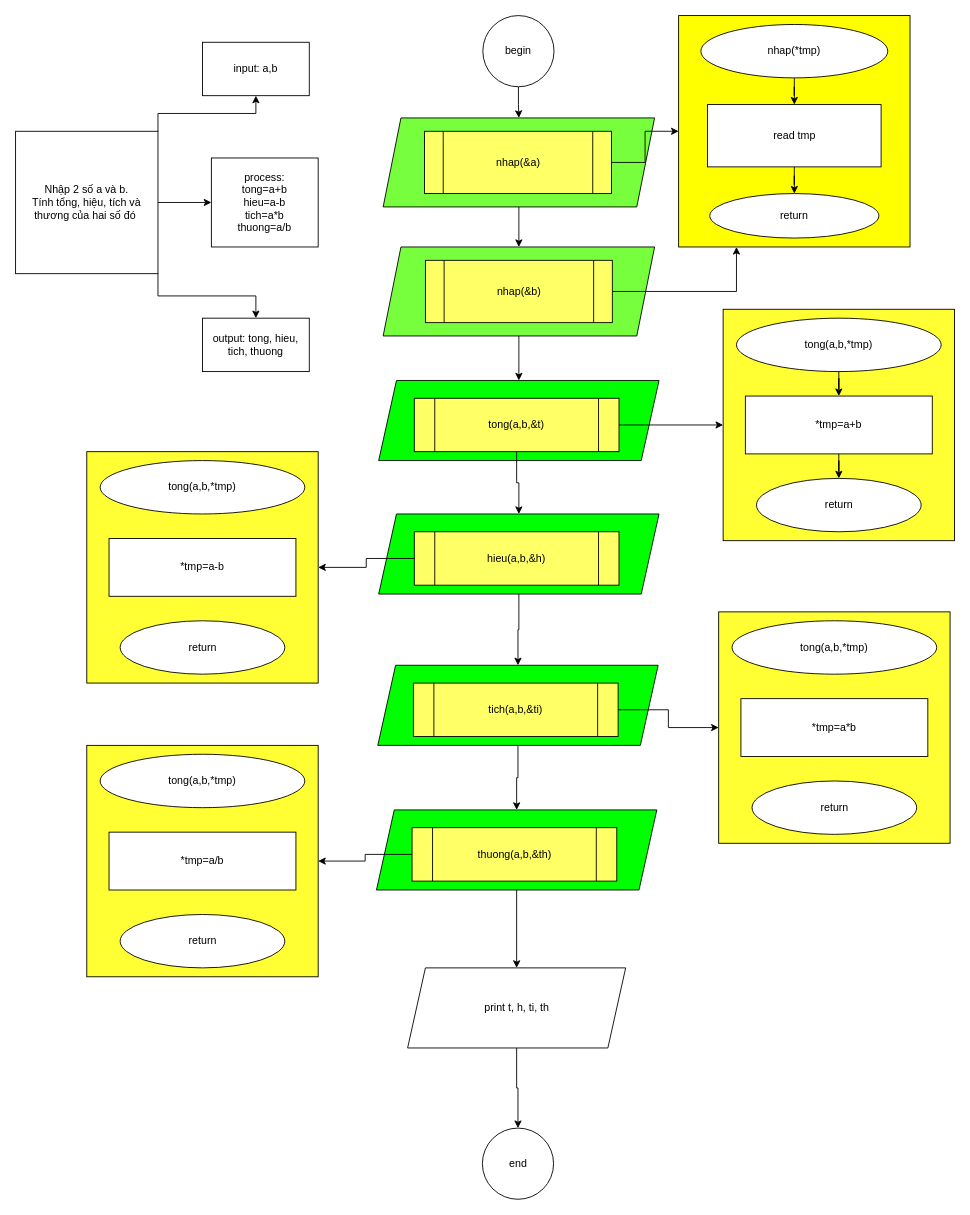
Earlier version of the draw.io diagram 06_04_2023/bai05.drawio (KhanhNguyen9872/DH_Gia_Dinh_K16). Source tidied: cells renumbered, new cells numbered last; positions are measured from the earlier drawing's top-left corner, leaving out a move shared by most shapes. Both pictures are drawn from the tidied source at 89%, with x=0, y=0 at pixel (15, 15).
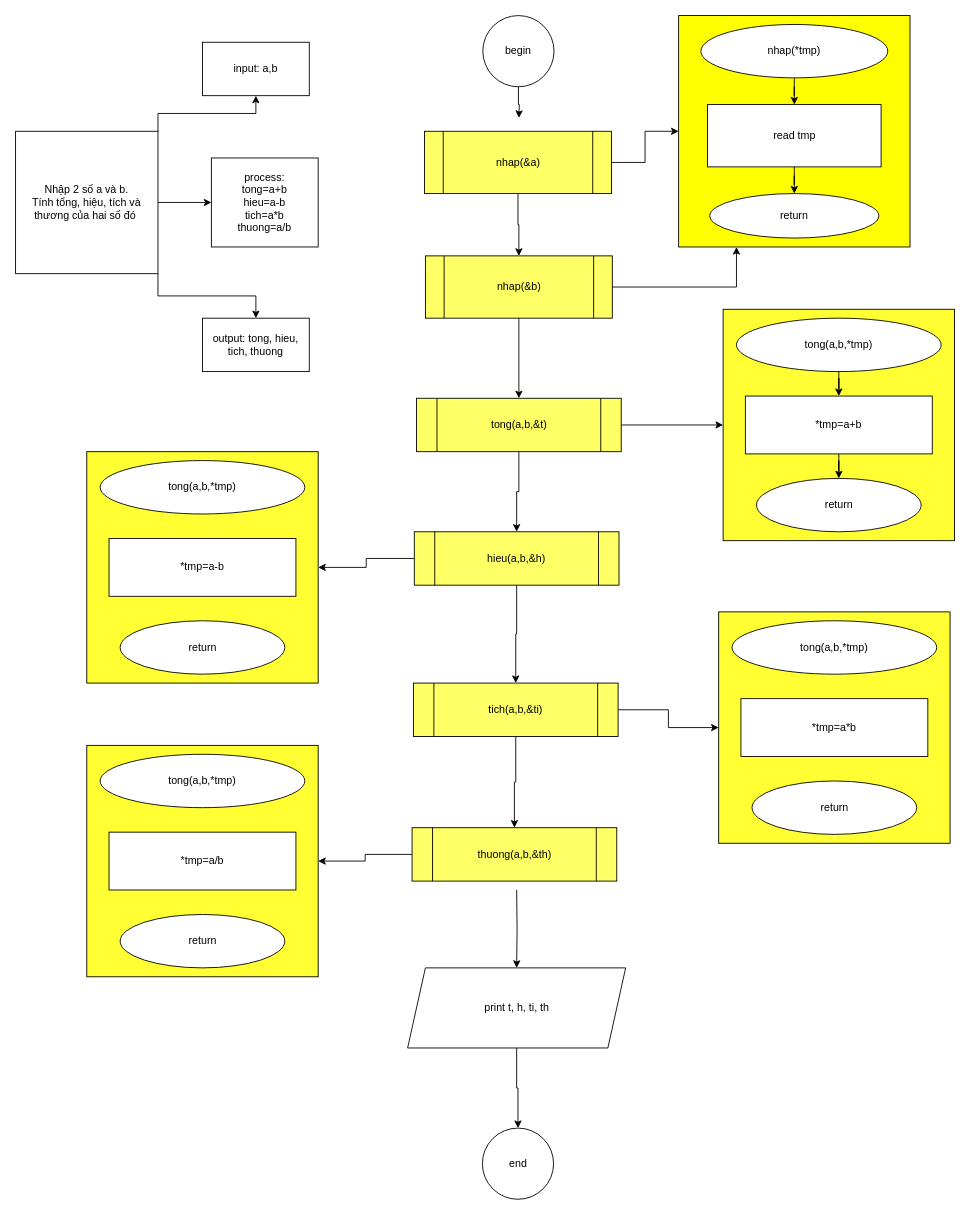
The same page after the edit.

Unchanged cells that the change refers to:
```xml
<mxCell id="3" value="begin" style="ellipse;whiteSpace=wrap;html=1;" parent="1" vertex="1">
  <mxGeometry x="525" width="80" height="80" as="geometry" />
</mxCell>
<mxCell id="8" value="nhap(&amp;amp;a)" style="shape=process;whiteSpace=wrap;html=1;backgroundOutline=1;fillColor=#FFFF66;" parent="1" vertex="1">
  <mxGeometry x="459.5" y="130" width="210" height="70" as="geometry" />
</mxCell>
<mxCell id="33" value="hieu(a,b,&amp;amp;h)" style="shape=process;whiteSpace=wrap;html=1;backgroundOutline=1;fillColor=#FFFF66;" parent="1" vertex="1">
  <mxGeometry x="448" y="580" width="230" height="60" as="geometry" />
</mxCell>
<mxCell id="49" value="tich(a,b,&amp;amp;ti)" style="shape=process;whiteSpace=wrap;html=1;backgroundOutline=1;fillColor=#FFFF66;" parent="1" vertex="1">
  <mxGeometry x="447" y="750" width="230" height="60" as="geometry" />
</mxCell>
<mxCell id="53" value="thuong(a,b,&amp;amp;th)" style="shape=process;whiteSpace=wrap;html=1;backgroundOutline=1;fillColor=#FFFF66;" parent="1" vertex="1">
  <mxGeometry x="445.5" y="912.5" width="230" height="60" as="geometry" />
</mxCell>
<mxCell id="55" value="print t, h, ti, th" style="shape=parallelogram;perimeter=parallelogramPerimeter;whiteSpace=wrap;html=1;fixedSize=1;" parent="1" vertex="1">
  <mxGeometry x="440.5" y="1070" width="245" height="90" as="geometry" />
</mxCell>
```

Change to the diagram source:
```diff
@@
-    <mxCell id="2" style="edgeStyle=orthogonalEdgeStyle;rounded=0;jettySize=auto;html=1;entryX=0.5;entryY=0;entryDx=0;entryDy=0;" parent="1" edge="1" source="3" target="6">
-      <mxGeometry relative="1" as="geometry" />
+    <mxCell id="2" style="edgeStyle=orthogonalEdgeStyle;rounded=0;jettySize=auto;html=1;entryX=0.5;entryY=0;entryDx=0;entryDy=0;" parent="1" edge="1" source="3">
+      <mxGeometry relative="1" as="geometry">
+        <mxPoint x="565.5" y="115" as="targetPoint" />
+      </mxGeometry>
     </mxCell>
@@
-    <mxCell id="5" style="edgeStyle=orthogonalEdgeStyle;rounded=0;jettySize=auto;html=1;entryX=0.5;entryY=0;entryDx=0;entryDy=0;" parent="1" edge="1" source="6" target="27">
+    <mxCell id="5" style="edgeStyle=orthogonalEdgeStyle;rounded=0;jettySize=auto;html=1;entryX=0.5;entryY=0;entryDx=0;entryDy=0;exitX=0.5;exitY=1;exitDx=0;exitDy=0;" parent="1" edge="1" source="8" target="29">
       <mxGeometry relative="1" as="geometry" />
     </mxCell>
-    <mxCell id="6" style="shape=parallelogram;perimeter=parallelogramPerimeter;whiteSpace=wrap;html=1;fixedSize=1;fillColor=#77FF3D;" parent="1" vertex="1">
-      <mxGeometry x="413" y="115" width="305" height="100" as="geometry" />
-    </mxCell>
@@
-    <mxCell id="16" style="shape=parallelogram;perimeter=parallelogramPerimeter;whiteSpace=wrap;html=1;fixedSize=1;fillColor=#00FF00;" parent="1" vertex="1">
-      <mxGeometry x="408" y="410" width="315" height="90" as="geometry" />
-    </mxCell>
-    <mxCell id="17" style="edgeStyle=orthogonalEdgeStyle;rounded=0;jettySize=auto;html=1;entryX=0.5;entryY=0;entryDx=0;entryDy=0;" parent="1" edge="1" source="19" target="31">
+    <mxCell id="17" style="edgeStyle=orthogonalEdgeStyle;rounded=0;jettySize=auto;html=1;entryX=0.5;entryY=0;entryDx=0;entryDy=0;" parent="1" edge="1" source="19" target="33">
       <mxGeometry relative="1" as="geometry" />
     </mxCell>
@@
     <mxCell id="19" value="tong(a,b,&amp;amp;t)" style="shape=process;whiteSpace=wrap;html=1;backgroundOutline=1;fillColor=#FFFF66;" parent="1" vertex="1">
-      <mxGeometry x="448" y="430" width="230" height="60" as="geometry" />
+      <mxGeometry x="450.5" y="430" width="230" height="60" as="geometry" />
     </mxCell>
@@
-    <mxCell id="26" style="edgeStyle=orthogonalEdgeStyle;rounded=0;jettySize=auto;html=1;" parent="1" edge="1" source="27" target="16">
+    <mxCell id="26" style="edgeStyle=orthogonalEdgeStyle;rounded=0;jettySize=auto;html=1;exitX=0.5;exitY=1;exitDx=0;exitDy=0;entryX=0.5;entryY=0;entryDx=0;entryDy=0;" parent="1" edge="1" source="29" target="19">
       <mxGeometry relative="1" as="geometry" />
     </mxCell>
-    <mxCell id="27" style="shape=parallelogram;perimeter=parallelogramPerimeter;whiteSpace=wrap;html=1;fixedSize=1;fillColor=#77FF3D;" parent="1" vertex="1">
-      <mxGeometry x="413" y="260" width="305" height="100" as="geometry" />
-    </mxCell>
@@
     <mxCell id="29" value="nhap(&amp;amp;b)" style="shape=process;whiteSpace=wrap;html=1;backgroundOutline=1;fillColor=#FFFF66;" parent="1" vertex="1">
-      <mxGeometry x="460.5" y="275" width="210" height="70" as="geometry" />
+      <mxGeometry x="460.5" y="270" width="210" height="70" as="geometry" />
     </mxCell>
-    <mxCell id="30" style="edgeStyle=orthogonalEdgeStyle;rounded=0;jettySize=auto;html=1;" parent="1" edge="1" source="31" target="47">
-      <mxGeometry relative="1" as="geometry" />
-    </mxCell>
-    <mxCell id="31" style="shape=parallelogram;perimeter=parallelogramPerimeter;whiteSpace=wrap;html=1;fixedSize=1;fillColor=#00FF00;" parent="1" vertex="1">
-      <mxGeometry x="408" y="560" width="315" height="90" as="geometry" />
-    </mxCell>
@@
+    <mxCell id="63" style="edgeStyle=orthogonalEdgeStyle;rounded=0;jettySize=auto;html=1;entryX=0.5;entryY=0;entryDx=0;entryDy=0;" parent="1" edge="1" source="33" target="49">
+      <mxGeometry relative="1" as="geometry" />
+    </mxCell>
@@
-    <mxCell id="46" style="edgeStyle=orthogonalEdgeStyle;rounded=0;jettySize=auto;html=1;entryX=0.5;entryY=0;entryDx=0;entryDy=0;" parent="1" edge="1" source="47" target="51">
-      <mxGeometry relative="1" as="geometry" />
-    </mxCell>
-    <mxCell id="47" style="shape=parallelogram;perimeter=parallelogramPerimeter;whiteSpace=wrap;html=1;fixedSize=1;fillColor=#00FF00;" parent="1" vertex="1">
-      <mxGeometry x="407" y="730" width="315" height="90" as="geometry" />
-    </mxCell>
@@
+    <mxCell id="64" style="edgeStyle=orthogonalEdgeStyle;rounded=0;jettySize=auto;html=1;" parent="1" edge="1" source="49" target="53">
+      <mxGeometry relative="1" as="geometry" />
+    </mxCell>
@@
-    <mxCell id="50" style="edgeStyle=orthogonalEdgeStyle;rounded=0;jettySize=auto;html=1;exitX=0.5;exitY=1;exitDx=0;exitDy=0;entryX=0.5;entryY=0;entryDx=0;entryDy=0;" parent="1" edge="1" source="51" target="55">
-      <mxGeometry relative="1" as="geometry" />
+    <mxCell id="50" style="edgeStyle=orthogonalEdgeStyle;rounded=0;jettySize=auto;html=1;exitX=0.5;exitY=1;exitDx=0;exitDy=0;entryX=0.5;entryY=0;entryDx=0;entryDy=0;" parent="1" edge="1" target="55">
+      <mxGeometry relative="1" as="geometry">
+        <mxPoint x="563" y="982.5" as="sourcePoint" />
+      </mxGeometry>
     </mxCell>
-    <mxCell id="51" style="shape=parallelogram;perimeter=parallelogramPerimeter;whiteSpace=wrap;html=1;fixedSize=1;fillColor=#00FF00;" parent="1" vertex="1">
-      <mxGeometry x="405.5" y="892.5" width="315" height="90" as="geometry" />
-    </mxCell>
```
